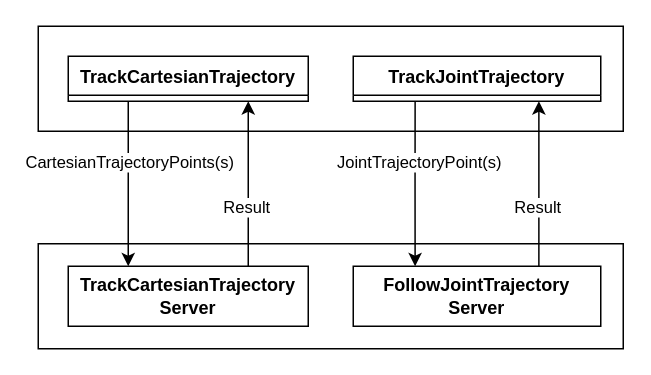
Above: page "TrackTrajectory Client" (4 of 4) of doc/ClassDiagrams.drawio in Woolfrey/client_serial_link (draw.io), before the change. Source tidied: cells renumbered, new cells numbered last; positions are measured from the earlier drawing's top-left corner, leaving out a move shared by most shapes. Both pictures are drawn from the tidied source at 150%, with x=0, y=0 at pixel (38, 26).
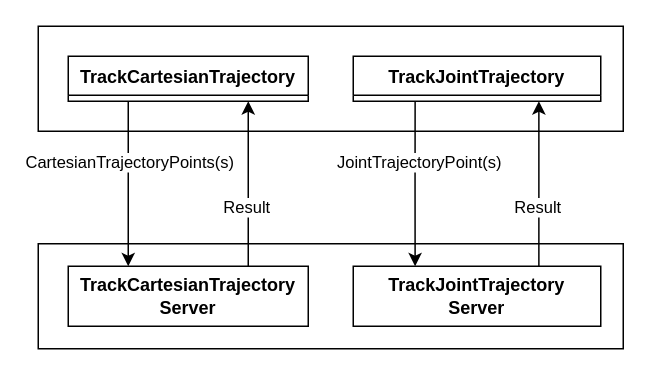
The same page after the edit.

Diff of the diagram source:
```diff
@@
 <mxGraphModel>
   <root>
     <mxCell id="0" />
     <mxCell id="1" parent="0" />
     <mxCell id="2" style="rounded=0;whiteSpace=wrap;html=1;" parent="1" vertex="1">
       <mxGeometry y="145" width="390" height="70" as="geometry" />
     </mxCell>
     <mxCell id="3" style="rounded=0;whiteSpace=wrap;html=1;" parent="1" vertex="1">
       <mxGeometry width="390" height="70" as="geometry" />
     </mxCell>
     <mxCell id="4" style="edgeStyle=orthogonalEdgeStyle;rounded=0;jettySize=auto;html=1;exitX=0.25;exitY=1;exitDx=0;exitDy=0;entryX=0.25;entryY=0;entryDx=0;entryDy=0;" parent="1" edge="1" source="6" target="12">
       <mxGeometry relative="1" as="geometry" />
     </mxCell>
     <mxCell id="5" value="CartesianTrajectoryPoints(s)" style="edgeLabel;html=1;align=center;verticalAlign=middle;" parent="4" vertex="1">
       <mxGeometry x="-0.36" relative="1" as="geometry">
         <mxPoint y="5" as="offset" />
       </mxGeometry>
     </mxCell>
     <mxCell id="6" value="TrackCartesianTrajectory" style="swimlane;fontStyle=1;horizontal=1;startSize=26;" parent="1" vertex="1" collapsed="1">
       <mxGeometry x="20" y="20" width="160" height="30" as="geometry" />
     </mxCell>
     <mxCell id="7" style="edgeStyle=orthogonalEdgeStyle;rounded=0;jettySize=auto;html=1;exitX=0.25;exitY=1;exitDx=0;exitDy=0;entryX=0.25;entryY=0;entryDx=0;entryDy=0;" parent="1" edge="1" source="9" target="15">
       <mxGeometry relative="1" as="geometry" />
     </mxCell>
     <mxCell id="8" value="JointTrajectoryPoint(s)" style="edgeLabel;html=1;align=center;verticalAlign=middle;" parent="7" vertex="1">
       <mxGeometry x="-0.4" y="2" relative="1" as="geometry">
         <mxPoint y="7" as="offset" />
       </mxGeometry>
     </mxCell>
     <mxCell id="9" value="TrackJointTrajectory" style="swimlane;fontStyle=1;horizontal=1;startSize=26;" parent="1" vertex="1" collapsed="1">
       <mxGeometry x="210" y="20" width="165" height="30" as="geometry" />
     </mxCell>
     <mxCell id="10" style="edgeStyle=orthogonalEdgeStyle;rounded=0;jettySize=auto;html=1;exitX=0.75;exitY=0;exitDx=0;exitDy=0;entryX=0.75;entryY=1;entryDx=0;entryDy=0;" parent="1" edge="1" source="12" target="6">
       <mxGeometry relative="1" as="geometry" />
     </mxCell>
     <mxCell id="11" value="Result" style="edgeLabel;html=1;align=center;verticalAlign=middle;" parent="10" vertex="1">
       <mxGeometry x="-0.47" y="3" relative="1" as="geometry">
         <mxPoint x="1" y="-11" as="offset" />
       </mxGeometry>
     </mxCell>
     <mxCell id="12" value="TrackCartesianTrajectory&lt;br&gt;Server" style="rounded=0;whiteSpace=wrap;html=1;fontStyle=1;" parent="1" vertex="1">
       <mxGeometry x="20" y="160" width="160" height="40" as="geometry" />
     </mxCell>
     <mxCell id="13" style="edgeStyle=orthogonalEdgeStyle;rounded=0;jettySize=auto;html=1;exitX=0.75;exitY=0;exitDx=0;exitDy=0;entryX=0.75;entryY=1;entryDx=0;entryDy=0;" parent="1" edge="1" source="15" target="9">
       <mxGeometry relative="1" as="geometry" />
     </mxCell>
     <mxCell id="14" value="Result" style="edgeLabel;html=1;align=center;verticalAlign=middle;" parent="13" vertex="1">
       <mxGeometry x="-0.45" y="1" relative="1" as="geometry">
         <mxPoint y="-10" as="offset" />
       </mxGeometry>
     </mxCell>
-    <mxCell id="15" value="FollowJointTrajectory&lt;br&gt;Server" style="rounded=0;whiteSpace=wrap;html=1;fontStyle=1;" parent="1" vertex="1">
+    <mxCell id="15" value="TrackJointTrajectory&lt;br&gt;Server" style="rounded=0;whiteSpace=wrap;html=1;fontStyle=1;" parent="1" vertex="1">
       <mxGeometry x="210" y="160" width="165" height="40" as="geometry" />
     </mxCell>
   </root>
 </mxGraphModel>
```
